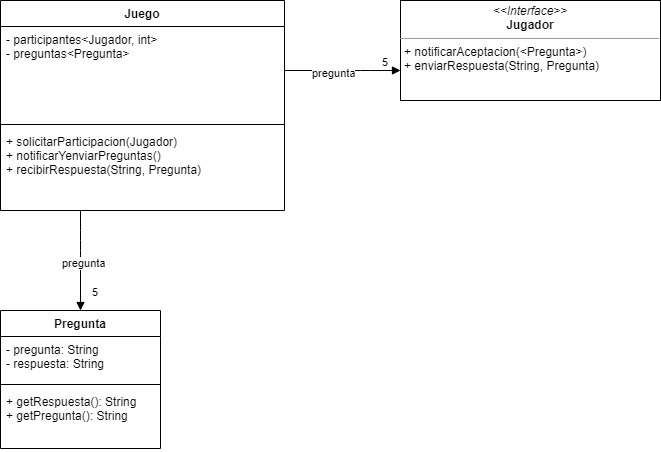
Before: src/concursoDePreguntas.png, a diagram exported from draw.io (CundariNicolas/unqui-poo2-cundari). Source tidied: cells renumbered, new cells last; positions are measured from the earlier drawing's top-left corner, leaving out a move shared by most shapes.
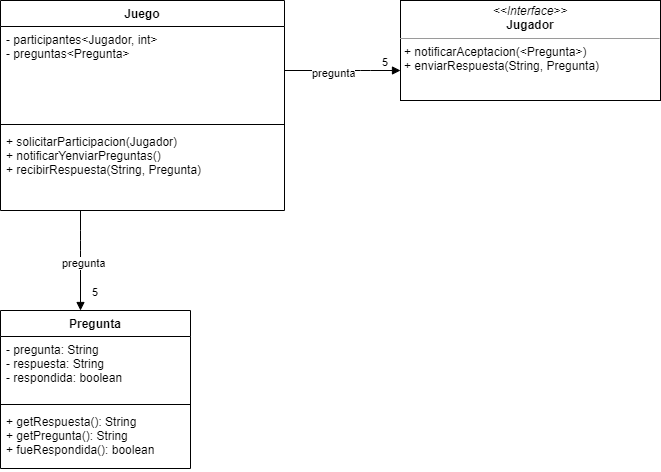
The same diagram one commit later.

What changed in the source:
```diff
@@ -18,16 +18,16 @@
       <mxGeometry x="400" width="260" height="100" as="geometry" />
     </mxCell>
     <mxCell id="7" value="Pregunta" style="swimlane;fontStyle=1;align=center;verticalAlign=top;horizontal=1;startSize=26;" parent="1" vertex="1">
-      <mxGeometry y="310" width="160" height="138" as="geometry" />
+      <mxGeometry y="310" width="190" height="158" as="geometry" />
     </mxCell>
-    <mxCell id="8" value="- pregunta: String&#10;- respuesta: String" style="text;strokeColor=none;fillColor=none;align=left;verticalAlign=top;spacingLeft=4;spacingRight=4;overflow=hidden;" parent="7" vertex="1">
-      <mxGeometry y="26" width="160" height="44" as="geometry" />
+    <mxCell id="8" value="- pregunta: String&#10;- respuesta: String&#10;- respondida: boolean" style="text;strokeColor=none;fillColor=none;align=left;verticalAlign=top;spacingLeft=4;spacingRight=4;overflow=hidden;" parent="7" vertex="1">
+      <mxGeometry y="26" width="190" height="64" as="geometry" />
     </mxCell>
     <mxCell id="9" style="line;strokeWidth=1;fillColor=none;align=left;verticalAlign=middle;spacingTop=-1;spacingLeft=3;spacingRight=3;labelPosition=right;" parent="7" vertex="1">
-      <mxGeometry y="70" width="160" height="8" as="geometry" />
+      <mxGeometry y="90" width="190" height="8" as="geometry" />
     </mxCell>
-    <mxCell id="10" value="+ getRespuesta(): String&#10;+ getPregunta(): String" style="text;strokeColor=none;fillColor=none;align=left;verticalAlign=top;spacingLeft=4;spacingRight=4;overflow=hidden;" parent="7" vertex="1">
-      <mxGeometry y="78" width="160" height="60" as="geometry" />
+    <mxCell id="10" value="+ getRespuesta(): String&#10;+ getPregunta(): String&#10;+ fueRespondida(): boolean" style="text;strokeColor=none;fillColor=none;align=left;verticalAlign=top;spacingLeft=4;spacingRight=4;overflow=hidden;" parent="7" vertex="1">
+      <mxGeometry y="98" width="190" height="60" as="geometry" />
     </mxCell>
     <mxCell id="11" value="pregunta" style="endArrow=block;endFill=1;html=1;edgeStyle=orthogonalEdgeStyle;align=left;verticalAlign=top;" parent="1" edge="1" source="2" target="7">
       <mxGeometry x="-0.2" y="-20" relative="1" as="geometry">
```
